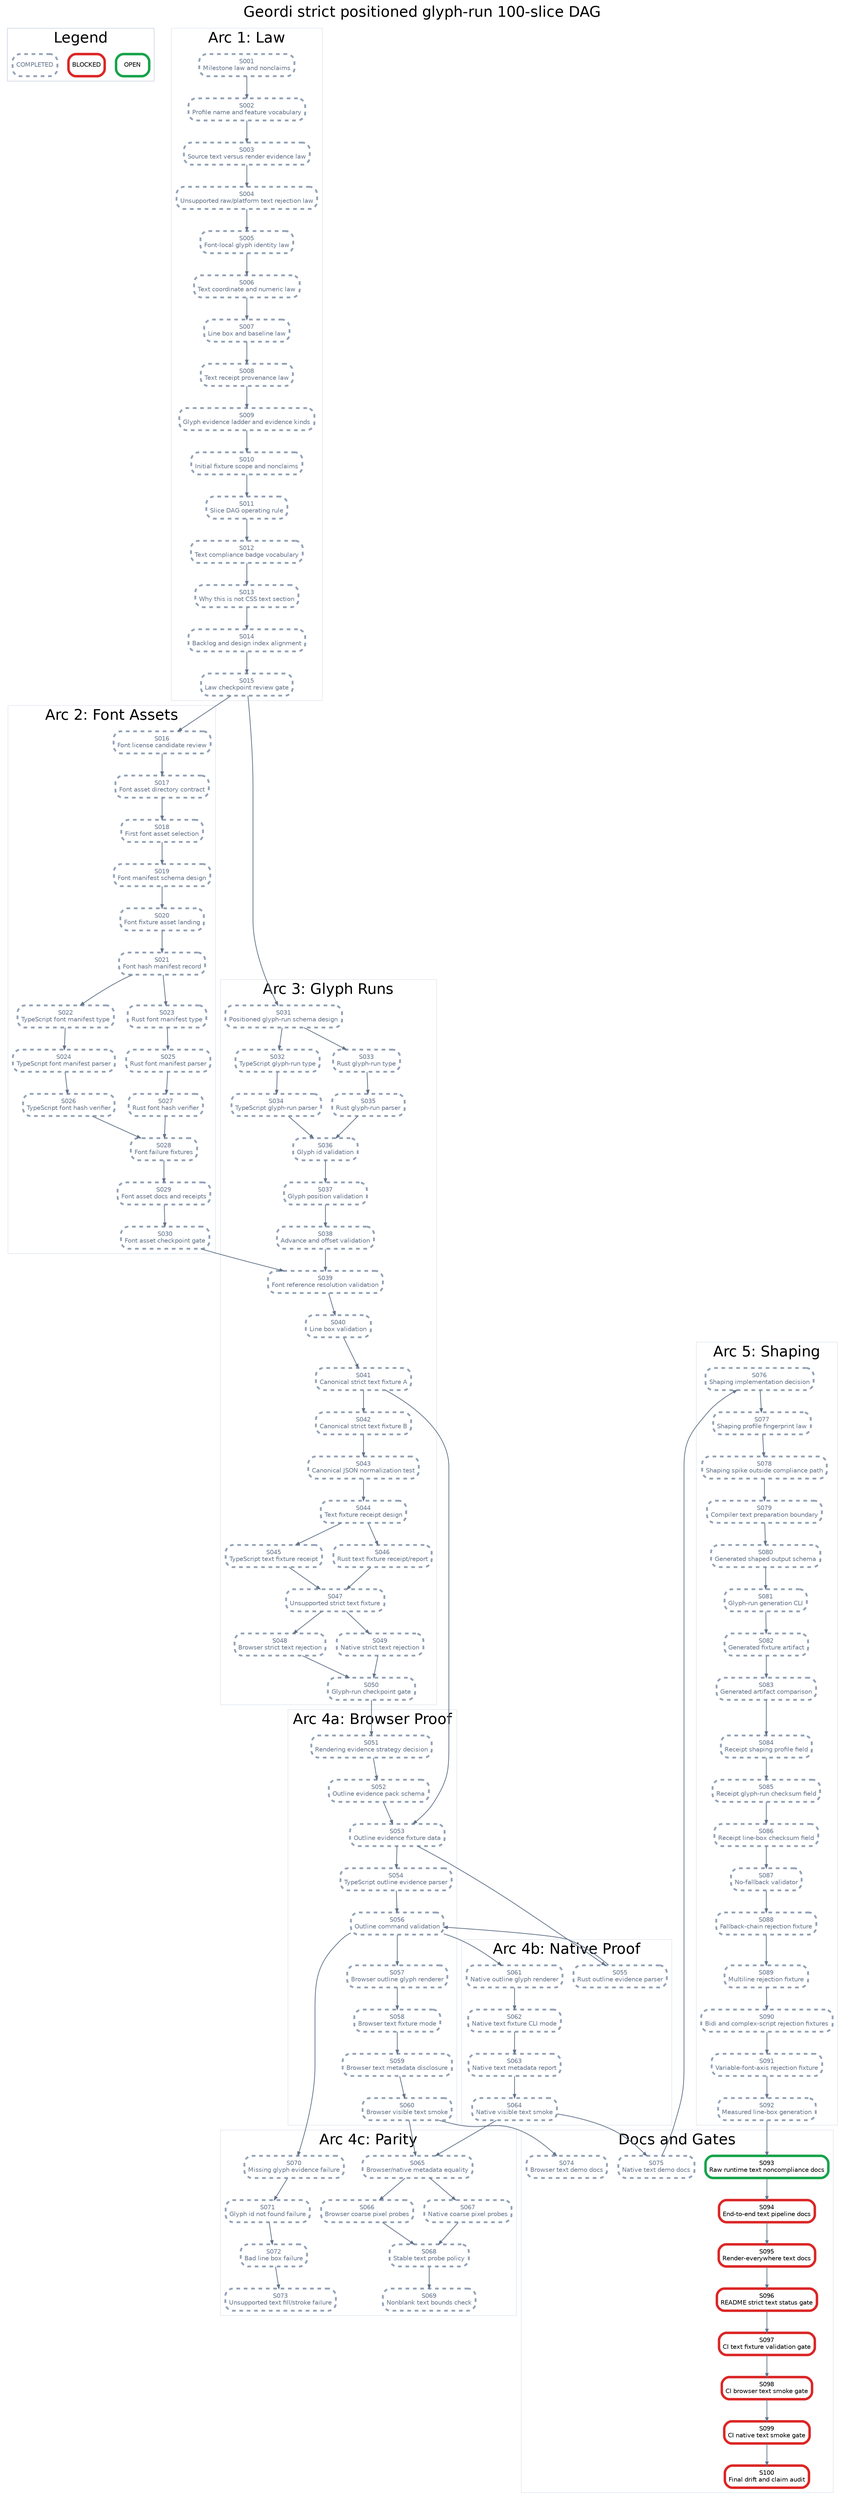
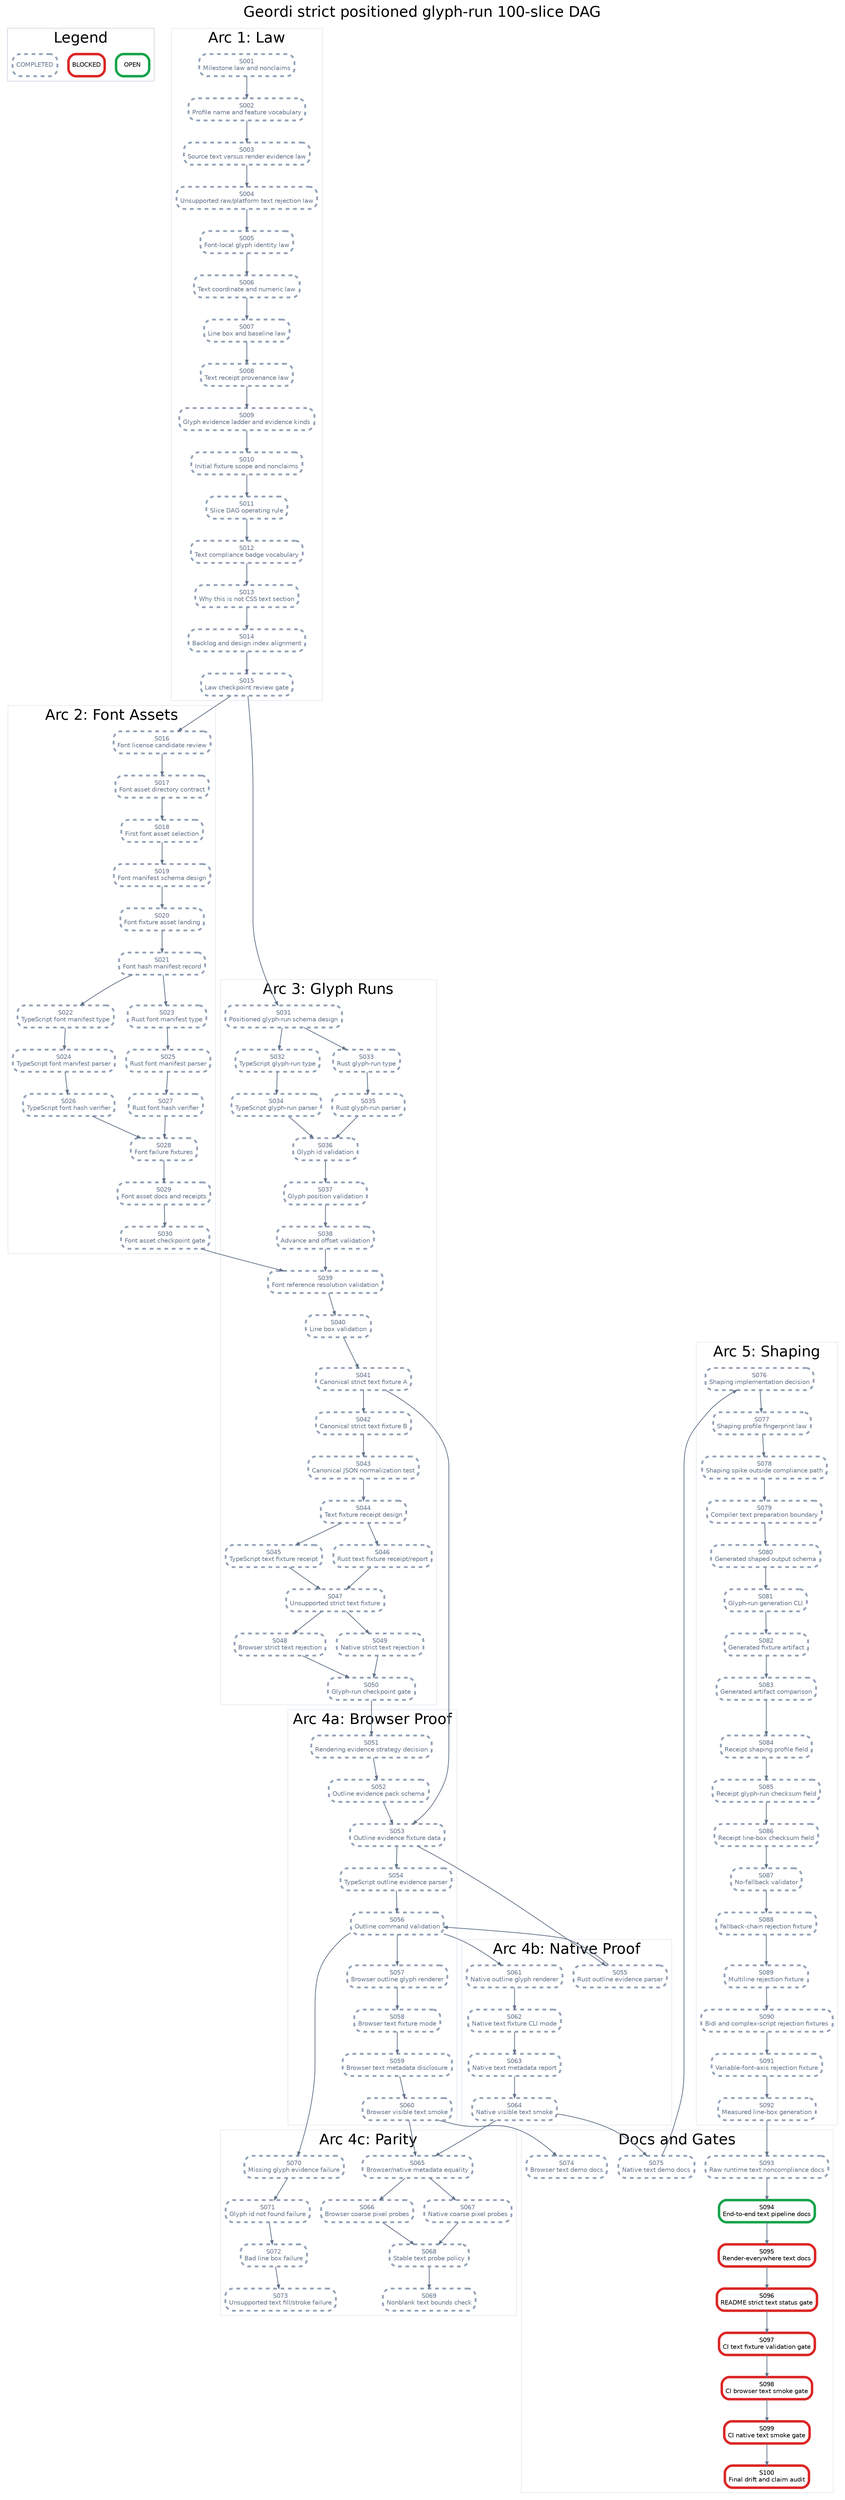
digraph StrictPositionedGlyphRunPlan {
  graph [rankdir=TB, bgcolor="white", fontname="Helvetica", label="Geordi strict positioned glyph-run 100-slice DAG", labelloc="t", fontsize=24];
  node [shape=box, style="rounded,filled", fillcolor="white", fontname="Helvetica", fontsize=10, margin="0.08,0.05"];
  edge [color="#64748b", arrowsize=0.6, penwidth=1.2];

  subgraph cluster_legend {
    label="Legend";
    color="#cbd5e1";
    legend_open [label="OPEN", color="#16a34a", penwidth=4];
    legend_blocked [label="BLOCKED", color="#dc2626", penwidth=4];
    legend_done [label="COMPLETED", color="#94a3b8", penwidth=3, style="rounded,filled,dashed", fontcolor="#64748b"];
  }

  subgraph cluster_law {
    label="Arc 1: Law";
    color="#e2e8f0";
    S001 [label="S001\nMilestone law and nonclaims", color="#94a3b8", penwidth=3, style="rounded,filled,dashed", fontcolor="#64748b"];
    S002 [label="S002\nProfile name and feature vocabulary", color="#94a3b8", penwidth=3, style="rounded,filled,dashed", fontcolor="#64748b"];
    S003 [label="S003\nSource text versus render evidence law", color="#94a3b8", penwidth=3, style="rounded,filled,dashed", fontcolor="#64748b"];
    S004 [label="S004\nUnsupported raw/platform text rejection law", color="#94a3b8", penwidth=3, style="rounded,filled,dashed", fontcolor="#64748b"];
    S005 [label="S005\nFont-local glyph identity law", color="#94a3b8", penwidth=3, style="rounded,filled,dashed", fontcolor="#64748b"];
    S006 [label="S006\nText coordinate and numeric law", color="#94a3b8", penwidth=3, style="rounded,filled,dashed", fontcolor="#64748b"];
    S007 [label="S007\nLine box and baseline law", color="#94a3b8", penwidth=3, style="rounded,filled,dashed", fontcolor="#64748b"];
    S008 [label="S008\nText receipt provenance law", color="#94a3b8", penwidth=3, style="rounded,filled,dashed", fontcolor="#64748b"];
    S009 [label="S009\nGlyph evidence ladder and evidence kinds", color="#94a3b8", penwidth=3, style="rounded,filled,dashed", fontcolor="#64748b"];
    S010 [label="S010\nInitial fixture scope and nonclaims", color="#94a3b8", penwidth=3, style="rounded,filled,dashed", fontcolor="#64748b"];
    S011 [label="S011\nSlice DAG operating rule", color="#94a3b8", penwidth=3, style="rounded,filled,dashed", fontcolor="#64748b"];
    S012 [label="S012\nText compliance badge vocabulary", color="#94a3b8", penwidth=3, style="rounded,filled,dashed", fontcolor="#64748b"];
    S013 [label="S013\nWhy this is not CSS text section", color="#94a3b8", penwidth=3, style="rounded,filled,dashed", fontcolor="#64748b"];
    S014 [label="S014\nBacklog and design index alignment", color="#94a3b8", penwidth=3, style="rounded,filled,dashed", fontcolor="#64748b"];
    S015 [label="S015\nLaw checkpoint review gate", color="#94a3b8", penwidth=3, style="rounded,filled,dashed", fontcolor="#64748b"];
  }

  subgraph cluster_assets {
    label="Arc 2: Font Assets";
    color="#e2e8f0";
    S016 [label="S016\nFont license candidate review", color="#94a3b8", penwidth=3, style="rounded,filled,dashed", fontcolor="#64748b"];
    S017 [label="S017\nFont asset directory contract", color="#94a3b8", penwidth=3, style="rounded,filled,dashed", fontcolor="#64748b"];
    S018 [label="S018\nFirst font asset selection", color="#94a3b8", penwidth=3, style="rounded,filled,dashed", fontcolor="#64748b"];
    S019 [label="S019\nFont manifest schema design", color="#94a3b8", penwidth=3, style="rounded,filled,dashed", fontcolor="#64748b"];
    S020 [label="S020\nFont fixture asset landing", color="#94a3b8", penwidth=3, style="rounded,filled,dashed", fontcolor="#64748b"];
    S021 [label="S021\nFont hash manifest record", color="#94a3b8", penwidth=3, style="rounded,filled,dashed", fontcolor="#64748b"];
    S022 [label="S022\nTypeScript font manifest type", color="#94a3b8", penwidth=3, style="rounded,filled,dashed", fontcolor="#64748b"];
    S023 [label="S023\nRust font manifest type", color="#94a3b8", penwidth=3, style="rounded,filled,dashed", fontcolor="#64748b"];
    S024 [label="S024\nTypeScript font manifest parser", color="#94a3b8", penwidth=3, style="rounded,filled,dashed", fontcolor="#64748b"];
    S025 [label="S025\nRust font manifest parser", color="#94a3b8", penwidth=3, style="rounded,filled,dashed", fontcolor="#64748b"];
    S026 [label="S026\nTypeScript font hash verifier", color="#94a3b8", penwidth=3, style="rounded,filled,dashed", fontcolor="#64748b"];
    S027 [label="S027\nRust font hash verifier", color="#94a3b8", penwidth=3, style="rounded,filled,dashed", fontcolor="#64748b"];
    S028 [label="S028\nFont failure fixtures", color="#94a3b8", penwidth=3, style="rounded,filled,dashed", fontcolor="#64748b"];
    S029 [label="S029\nFont asset docs and receipts", color="#94a3b8", penwidth=3, style="rounded,filled,dashed", fontcolor="#64748b"];
    S030 [label="S030\nFont asset checkpoint gate", color="#94a3b8", penwidth=3, style="rounded,filled,dashed", fontcolor="#64748b"];
  }

  subgraph cluster_glyph {
    label="Arc 3: Glyph Runs";
    color="#e2e8f0";
    S031 [label="S031\nPositioned glyph-run schema design", color="#94a3b8", penwidth=3, style="rounded,filled,dashed", fontcolor="#64748b"];
    S032 [label="S032\nTypeScript glyph-run type", color="#94a3b8", penwidth=3, style="rounded,filled,dashed", fontcolor="#64748b"];
    S033 [label="S033\nRust glyph-run type", color="#94a3b8", penwidth=3, style="rounded,filled,dashed", fontcolor="#64748b"];
    S034 [label="S034\nTypeScript glyph-run parser", color="#94a3b8", penwidth=3, style="rounded,filled,dashed", fontcolor="#64748b"];
    S035 [label="S035\nRust glyph-run parser", color="#94a3b8", penwidth=3, style="rounded,filled,dashed", fontcolor="#64748b"];
    S036 [label="S036\nGlyph id validation", color="#94a3b8", penwidth=3, style="rounded,filled,dashed", fontcolor="#64748b"];
    S037 [label="S037\nGlyph position validation", color="#94a3b8", penwidth=3, style="rounded,filled,dashed", fontcolor="#64748b"];
    S038 [label="S038\nAdvance and offset validation", color="#94a3b8", penwidth=3, style="rounded,filled,dashed", fontcolor="#64748b"];
    S039 [label="S039\nFont reference resolution validation", color="#94a3b8", penwidth=3, style="rounded,filled,dashed", fontcolor="#64748b"];
    S040 [label="S040\nLine box validation", color="#94a3b8", penwidth=3, style="rounded,filled,dashed", fontcolor="#64748b"];
    S041 [label="S041\nCanonical strict text fixture A", color="#94a3b8", penwidth=3, style="rounded,filled,dashed", fontcolor="#64748b"];
    S042 [label="S042\nCanonical strict text fixture B", color="#94a3b8", penwidth=3, style="rounded,filled,dashed", fontcolor="#64748b"];
    S043 [label="S043\nCanonical JSON normalization test", color="#94a3b8", penwidth=3, style="rounded,filled,dashed", fontcolor="#64748b"];
    S044 [label="S044\nText fixture receipt design", color="#94a3b8", penwidth=3, style="rounded,filled,dashed", fontcolor="#64748b"];
    S045 [label="S045\nTypeScript text fixture receipt", color="#94a3b8", penwidth=3, style="rounded,filled,dashed", fontcolor="#64748b"];
    S046 [label="S046\nRust text fixture receipt/report", color="#94a3b8", penwidth=3, style="rounded,filled,dashed", fontcolor="#64748b"];
    S047 [label="S047\nUnsupported strict text fixture", color="#94a3b8", penwidth=3, style="rounded,filled,dashed", fontcolor="#64748b"];
    S048 [label="S048\nBrowser strict text rejection", color="#94a3b8", penwidth=3, style="rounded,filled,dashed", fontcolor="#64748b"];
    S049 [label="S049\nNative strict text rejection", color="#94a3b8", penwidth=3, style="rounded,filled,dashed", fontcolor="#64748b"];
    S050 [label="S050\nGlyph-run checkpoint gate", color="#94a3b8", penwidth=3, style="rounded,filled,dashed", fontcolor="#64748b"];
  }

  subgraph cluster_browser {
    label="Arc 4a: Browser Proof";
    color="#e2e8f0";
    S051 [label="S051\nRendering evidence strategy decision", color="#94a3b8", penwidth=3, style="rounded,filled,dashed", fontcolor="#64748b"];
    S052 [label="S052\nOutline evidence pack schema", color="#94a3b8", penwidth=3, style="rounded,filled,dashed", fontcolor="#64748b"];
    S053 [label="S053\nOutline evidence fixture data", color="#94a3b8", penwidth=3, style="rounded,filled,dashed", fontcolor="#64748b"];
    S054 [label="S054\nTypeScript outline evidence parser", color="#94a3b8", penwidth=3, style="rounded,filled,dashed", fontcolor="#64748b"];
    S056 [label="S056\nOutline command validation", color="#94a3b8", penwidth=3, style="rounded,filled,dashed", fontcolor="#64748b"];
    S057 [label="S057\nBrowser outline glyph renderer", color="#94a3b8", penwidth=3, style="rounded,filled,dashed", fontcolor="#64748b"];
    S058 [label="S058\nBrowser text fixture mode", color="#94a3b8", penwidth=3, style="rounded,filled,dashed", fontcolor="#64748b"];
    S059 [label="S059\nBrowser text metadata disclosure", color="#94a3b8", penwidth=3, style="rounded,filled,dashed", fontcolor="#64748b"];
    S060 [label="S060\nBrowser visible text smoke", color="#94a3b8", penwidth=3, style="rounded,filled,dashed", fontcolor="#64748b"];
  }

  subgraph cluster_native {
    label="Arc 4b: Native Proof";
    color="#e2e8f0";
    S055 [label="S055\nRust outline evidence parser", color="#94a3b8", penwidth=3, style="rounded,filled,dashed", fontcolor="#64748b"];
    S061 [label="S061\nNative outline glyph renderer", color="#94a3b8", penwidth=3, style="rounded,filled,dashed", fontcolor="#64748b"];
    S062 [label="S062\nNative text fixture CLI mode", color="#94a3b8", penwidth=3, style="rounded,filled,dashed", fontcolor="#64748b"];
    S063 [label="S063\nNative text metadata report", color="#94a3b8", penwidth=3, style="rounded,filled,dashed", fontcolor="#64748b"];
    S064 [label="S064\nNative visible text smoke", color="#94a3b8", penwidth=3, style="rounded,filled,dashed", fontcolor="#64748b"];
  }

  subgraph cluster_parity {
    label="Arc 4c: Parity";
    color="#e2e8f0";
    S065 [label="S065\nBrowser/native metadata equality", color="#94a3b8", penwidth=3, style="rounded,filled,dashed", fontcolor="#64748b"];
    S066 [label="S066\nBrowser coarse pixel probes", color="#94a3b8", penwidth=3, style="rounded,filled,dashed", fontcolor="#64748b"];
    S067 [label="S067\nNative coarse pixel probes", color="#94a3b8", penwidth=3, style="rounded,filled,dashed", fontcolor="#64748b"];
    S068 [label="S068\nStable text probe policy", color="#94a3b8", penwidth=3, style="rounded,filled,dashed", fontcolor="#64748b"];
    S069 [label="S069\nNonblank text bounds check", color="#94a3b8", penwidth=3, style="rounded,filled,dashed", fontcolor="#64748b"];
    S070 [label="S070\nMissing glyph evidence failure", color="#94a3b8", penwidth=3, style="rounded,filled,dashed", fontcolor="#64748b"];
    S071 [label="S071\nGlyph id not found failure", color="#94a3b8", penwidth=3, style="rounded,filled,dashed", fontcolor="#64748b"];
    S072 [label="S072\nBad line box failure", color="#94a3b8", penwidth=3, style="rounded,filled,dashed", fontcolor="#64748b"];
    S073 [label="S073\nUnsupported text fill/stroke failure", color="#94a3b8", penwidth=3, style="rounded,filled,dashed", fontcolor="#64748b"];
  }

  subgraph cluster_shaping {
    label="Arc 5: Shaping";
    color="#e2e8f0";
    S076 [label="S076\nShaping implementation decision", color="#94a3b8", penwidth=3, style="rounded,filled,dashed", fontcolor="#64748b"];
    S077 [label="S077\nShaping profile fingerprint law", color="#94a3b8", penwidth=3, style="rounded,filled,dashed", fontcolor="#64748b"];
    S078 [label="S078\nShaping spike outside compliance path", color="#94a3b8", penwidth=3, style="rounded,filled,dashed", fontcolor="#64748b"];
    S079 [label="S079\nCompiler text preparation boundary", color="#94a3b8", penwidth=3, style="rounded,filled,dashed", fontcolor="#64748b"];
    S080 [label="S080\nGenerated shaped output schema", color="#94a3b8", penwidth=3, style="rounded,filled,dashed", fontcolor="#64748b"];
    S081 [label="S081\nGlyph-run generation CLI", color="#94a3b8", penwidth=3, style="rounded,filled,dashed", fontcolor="#64748b"];
    S082 [label="S082\nGenerated fixture artifact", color="#94a3b8", penwidth=3, style="rounded,filled,dashed", fontcolor="#64748b"];
    S083 [label="S083\nGenerated artifact comparison", color="#94a3b8", penwidth=3, style="rounded,filled,dashed", fontcolor="#64748b"];
    S084 [label="S084\nReceipt shaping profile field", color="#94a3b8", penwidth=3, style="rounded,filled,dashed", fontcolor="#64748b"];
    S085 [label="S085\nReceipt glyph-run checksum field", color="#94a3b8", penwidth=3, style="rounded,filled,dashed", fontcolor="#64748b"];
    S086 [label="S086\nReceipt line-box checksum field", color="#94a3b8", penwidth=3, style="rounded,filled,dashed", fontcolor="#64748b"];
    S087 [label="S087\nNo-fallback validator", color="#94a3b8", penwidth=3, style="rounded,filled,dashed", fontcolor="#64748b"];
    S088 [label="S088\nFallback-chain rejection fixture", color="#94a3b8", penwidth=3, style="rounded,filled,dashed", fontcolor="#64748b"];
    S089 [label="S089\nMultiline rejection fixture", color="#94a3b8", penwidth=3, style="rounded,filled,dashed", fontcolor="#64748b"];
    S090 [label="S090\nBidi and complex-script rejection fixtures", color="#94a3b8", penwidth=3, style="rounded,filled,dashed", fontcolor="#64748b"];
    S091 [label="S091\nVariable-font-axis rejection fixture", color="#94a3b8", penwidth=3, style="rounded,filled,dashed", fontcolor="#64748b"];
    S092 [label="S092\nMeasured line-box generation", color="#94a3b8", penwidth=3, style="rounded,filled,dashed", fontcolor="#64748b"];
  }

  subgraph cluster_docs {
    label="Docs and Gates";
    color="#e2e8f0";
    S074 [label="S074\nBrowser text demo docs", color="#94a3b8", penwidth=3, style="rounded,filled,dashed", fontcolor="#64748b"];
    S075 [label="S075\nNative text demo docs", color="#94a3b8", penwidth=3, style="rounded,filled,dashed", fontcolor="#64748b"];
-     S093 [label="S093\nRaw runtime text noncompliance docs", color="#16a34a", penwidth=4];
-     S094 [label="S094\nEnd-to-end text pipeline docs", color="#dc2626", penwidth=4];
+     S093 [label="S093\nRaw runtime text noncompliance docs", color="#94a3b8", penwidth=3, style="rounded,filled,dashed", fontcolor="#64748b"];
+     S094 [label="S094\nEnd-to-end text pipeline docs", color="#16a34a", penwidth=4];
    S095 [label="S095\nRender-everywhere text docs", color="#dc2626", penwidth=4];
    S096 [label="S096\nREADME strict text status gate", color="#dc2626", penwidth=4];
    S097 [label="S097\nCI text fixture validation gate", color="#dc2626", penwidth=4];
    S098 [label="S098\nCI browser text smoke gate", color="#dc2626", penwidth=4];
    S099 [label="S099\nCI native text smoke gate", color="#dc2626", penwidth=4];
    S100 [label="S100\nFinal drift and claim audit", color="#dc2626", penwidth=4];
  }

  S001 -> S002;
  S002 -> S003;
  S003 -> S004;
  S004 -> S005;
  S005 -> S006;
  S006 -> S007;
  S007 -> S008;
  S008 -> S009;
  S009 -> S010;
  S010 -> S011;
  S011 -> S012;
  S012 -> S013;
  S013 -> S014;
  S014 -> S015;
  S015 -> S016;
  S016 -> S017;
  S017 -> S018;
  S018 -> S019;
  S019 -> S020;
  S020 -> S021;
  S021 -> S022;
  S021 -> S023;
  S022 -> S024;
  S023 -> S025;
  S024 -> S026;
  S025 -> S027;
  S026 -> S028;
  S027 -> S028;
  S028 -> S029;
  S029 -> S030;
  S015 -> S031;
  S031 -> S032;
  S031 -> S033;
  S032 -> S034;
  S033 -> S035;
  S034 -> S036;
  S035 -> S036;
  S036 -> S037;
  S037 -> S038;
  S038 -> S039;
  S039 -> S040;
  S030 -> S039;
  S040 -> S041;
  S041 -> S042;
  S042 -> S043;
  S043 -> S044;
  S044 -> S045;
  S044 -> S046;
  S045 -> S047;
  S046 -> S047;
  S047 -> S048;
  S047 -> S049;
  S048 -> S050;
  S049 -> S050;
  S050 -> S051;
  S051 -> S052;
  S052 -> S053;
  S041 -> S053;
  S053 -> S054;
  S053 -> S055;
  S054 -> S056;
  S055 -> S056;
  S056 -> S057;
  S057 -> S058;
  S058 -> S059;
  S059 -> S060;
  S056 -> S061;
  S061 -> S062;
  S062 -> S063;
  S063 -> S064;
  S060 -> S065;
  S064 -> S065;
  S065 -> S066;
  S065 -> S067;
  S066 -> S068;
  S067 -> S068;
  S068 -> S069;
  S056 -> S070;
  S070 -> S071;
  S071 -> S072;
  S072 -> S073;
  S060 -> S074;
  S064 -> S075;
  S075 -> S076;
  S076 -> S077;
  S077 -> S078;
  S078 -> S079;
  S079 -> S080;
  S080 -> S081;
  S081 -> S082;
  S082 -> S083;
  S083 -> S084;
  S084 -> S085;
  S085 -> S086;
  S086 -> S087;
  S087 -> S088;
  S088 -> S089;
  S089 -> S090;
  S090 -> S091;
  S091 -> S092;
  S092 -> S093;
  S093 -> S094;
  S094 -> S095;
  S095 -> S096;
  S096 -> S097;
  S097 -> S098;
  S098 -> S099;
  S099 -> S100;
}
